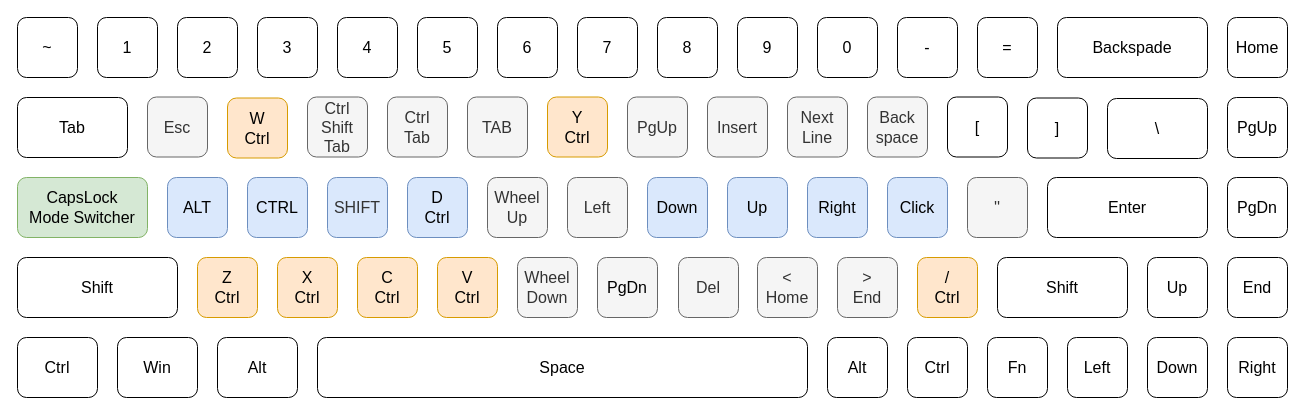
Before: Key_Mapping.drawio in HeisensOppings/AHK-Script-For-VIm, a draw.io diagram. Source tidied: cells renumbered, new cells numbered last; positions are measured from the earlier drawing's top-left corner, leaving out a move shared by most shapes. Both pictures are drawn from the tidied source at 100%, with x=0, y=0 at pixel (17, 17).
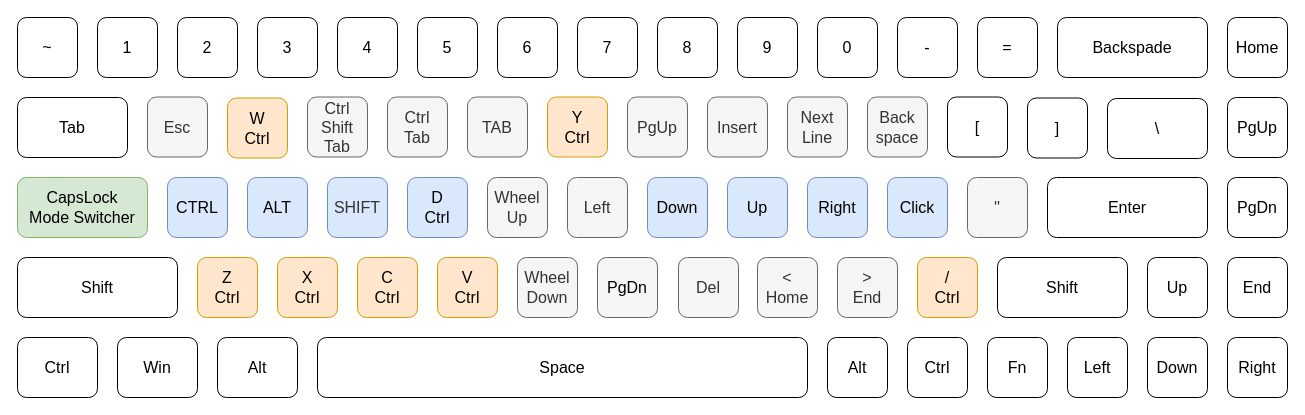
The same diagram, later.

Commit message (it also covers changes not shown here):
[fix][capslock bug in startup, replace 'a' 's' key with 'ctrl' 'alt']

Change to the diagram source:
```diff
@@
-    <mxCell id="22" value="CTRL" style="whiteSpace=wrap;html=1;rounded=1;fillColor=#dae8fc;strokeColor=#6c8ebf;fontSize=16;" parent="1" vertex="1">
+    <mxCell id="22" value="ALT" style="whiteSpace=wrap;html=1;rounded=1;fillColor=#dae8fc;strokeColor=#6c8ebf;fontSize=16;" parent="1" vertex="1">
       <mxGeometry x="230" y="160" width="60" height="60" as="geometry" />
     </mxCell>
@@
-    <mxCell id="24" value="ALT" style="whiteSpace=wrap;html=1;rounded=1;fillColor=#dae8fc;strokeColor=#6c8ebf;fontSize=16;" parent="1" vertex="1">
+    <mxCell id="24" value="CTRL" style="whiteSpace=wrap;html=1;rounded=1;fillColor=#dae8fc;strokeColor=#6c8ebf;fontSize=16;" parent="1" vertex="1">
       <mxGeometry x="150" y="160" width="60" height="60" as="geometry" />
     </mxCell>
```
